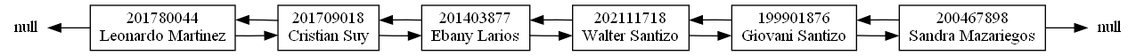
Earlier version of the Graphviz export EDD_Proyecto1_Fase1/Reportes/Lista.png (walterjav19/EDD_1S2023_PY_202111718). Its source is kept beside it as EDD_Proyecto1_Fase1/Grafics/Lista.dot.
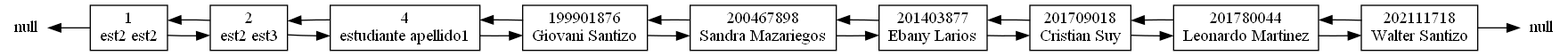
After the change.

What changed in the source:
```diff
@@ -3,22 +3,31 @@
 	node [shape=record];
 	nullI [shape=none, label="null", style=bold, height=0, width=0];
 	nullF [shape=none, label="null", style=bold, height=0, width=0];
-	a201780044[label="201780044\nLeonardo Martinez"]
-	a201780044->a201709018
-	nullI->a201780044[dir=back]
-			a201709018[label="201709018\nCristian Suy"]
-	a201709018->a201403877
-	a201709018->a201780044
-	a201403877[label="201403877\nEbany Larios"]
-	a201403877->a202111718
-	a201403877->a201709018
-	a202111718[label="202111718\nWalter Santizo"]
-	a202111718->a199901876
-	a202111718->a201403877
+	a1[label="1\nest2 est2"]
+	a1->a2
+	nullI->a1[dir=back]
+			a2[label="2\nest2 est3"]
+	a2->a4
+	a2->a1
+	a4[label="4\nestudiante apellido1"]
+	a4->a199901876
+	a4->a2
 	a199901876[label="199901876\nGiovani Santizo"]
 	a199901876->a200467898
-	a199901876->a202111718
+	a199901876->a4
 	a200467898[label="200467898\nSandra Mazariegos"]
+	a200467898->a201403877
 	a200467898->a199901876
-	a200467898->nullF
+	a201403877[label="201403877\nEbany Larios"]
+	a201403877->a201709018
+	a201403877->a200467898
+	a201709018[label="201709018\nCristian Suy"]
+	a201709018->a201780044
+	a201709018->a201403877
+	a201780044[label="201780044\nLeonardo Martinez"]
+	a201780044->a202111718
+	a201780044->a201709018
+	a202111718[label="202111718\nWalter Santizo"]
+	a202111718->a201780044
+	a202111718->nullF
 			}
```
